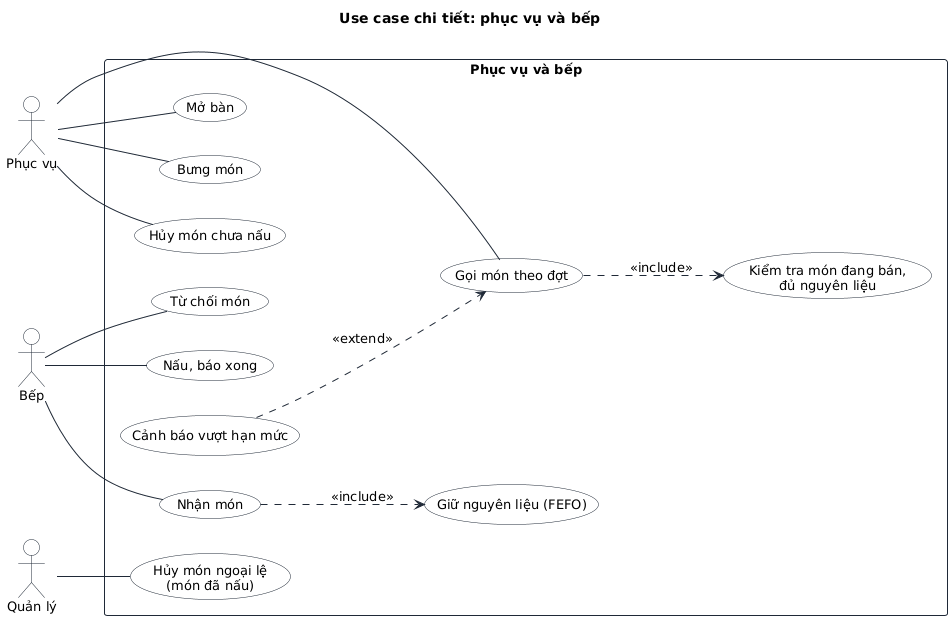
Above: docs/bao-cao-ltnc/uml/uc-ban-hang.png in Anpham120/restaurant-management-system (PlantUML), before the change.
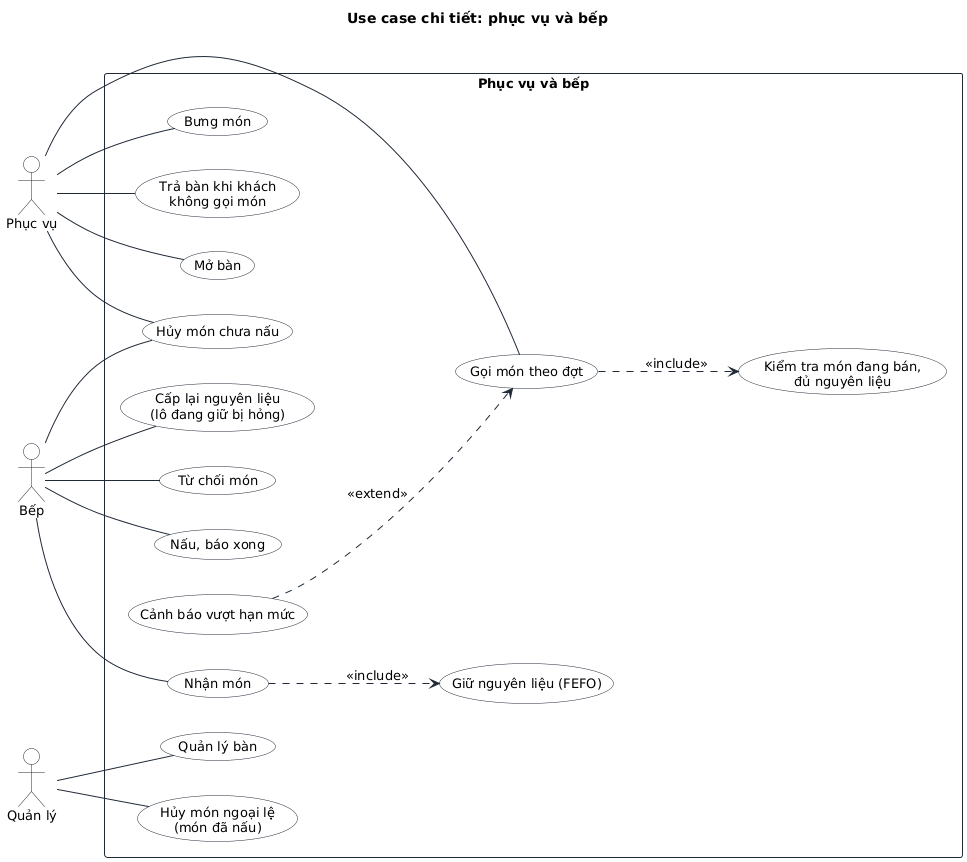
After the commit.

Diff of the diagram source:
```diff
@@ -12,6 +12,9 @@
   usecase "Cảnh báo vượt hạn mức" as O2b
   usecase "Bưng món" as O4
   usecase "Hủy món chưa nấu" as O3
+  usecase "Trả bàn khi khách\nkhông gọi món" as O5
+  usecase "Cấp lại nguyên liệu\n(lô đang giữ bị hỏng)" as K4
+  usecase "Quản lý bàn" as M1
   usecase "Nhận món" as K1
   usecase "Giữ nguyên liệu (FEFO)" as K1a
   usecase "Từ chối món" as K2
@@ -22,6 +25,10 @@
 W -- O2
 W -- O4
 W -- O3
+W -- O5
+K -- O3
+K -- K4
+M -- M1
 O2 ..> O2a : <<include>>
 O2b ..> O2 : <<extend>>
 K -- K1
```
